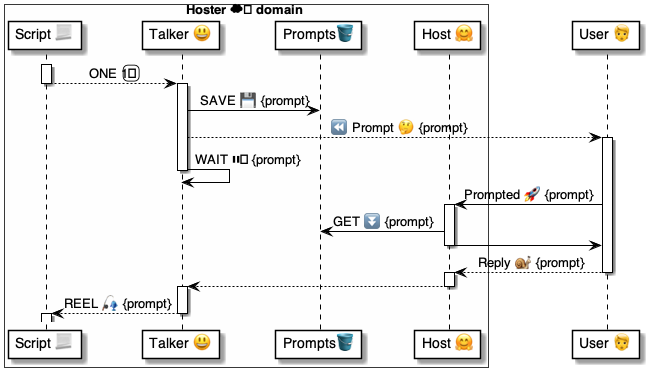
Earlier version of the PlantUML export 4 ⚙️ Solution/35 💬 Chats/😃 Talkers/😃⏩ Talker flows/Prompts 😃⏩🧑‍🦰/😃 Prompts ⚙️ uml.png (pollyweb-org/pollyweb-docs). Its source is kept beside it as 4 ⚙️ Solution/35 💬 Chats/😃 Talkers/😃⏩ Talker flows/Prompts 😃⏩🧑‍🦰/😃 Prompts ⚙️ uml.puml.
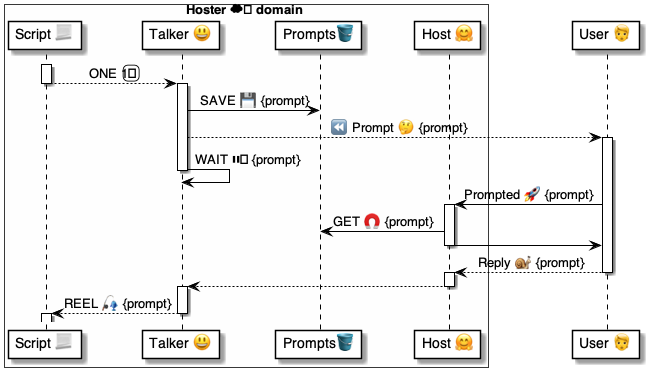
Above is the later version.

Diff of the diagram source:
```diff
@@ -24,7 +24,7 @@
 
     user -> host: Prompted 🚀 {prompt}
     activate host
-        host -> hooks: GET ⏬ {prompt}
+        host -> hooks: GET 🧲 {prompt}
         host -> user:
     deactivate host
 
```
